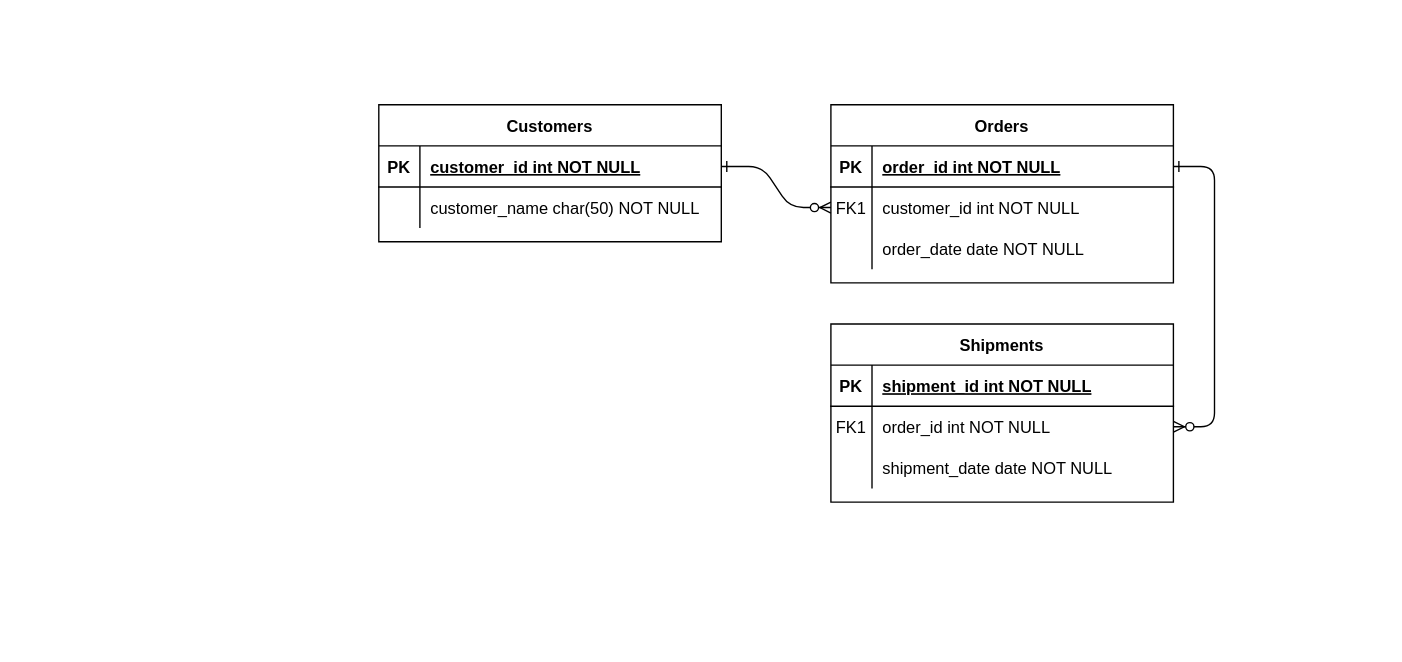
itsatothez/drawio keeps this draw.io diagram as ER1.drawio. Above is the earlier version. Source tidied: cells renumbered, new cells numbered last; positions are measured from the earlier drawing's top-left corner, leaving out a move shared by most shapes. Both pictures are drawn from the tidied source at 137%, with x=0, y=0 at pixel (378, 104).
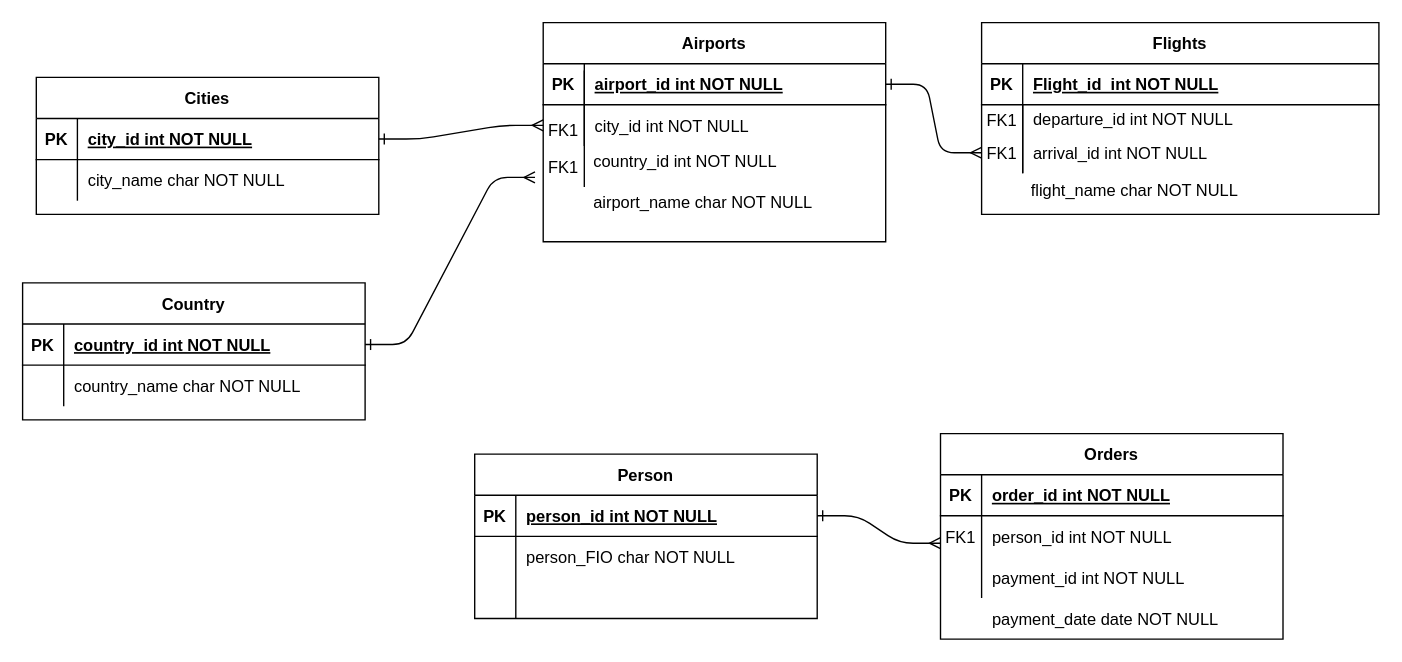
After the change.

Unchanged cells that the change refers to:
```xml
<mxCell id="15" style="shape=partialRectangle;fillColor=none;points=[[0,0.5],[1,0.5]];portConstraint=eastwest;top=0;left=0;right=0;bottom=1;" parent="14" vertex="1">
  <mxGeometry y="30" width="250" height="30" as="geometry" />
</mxCell>
<mxCell id="18" style="shape=partialRectangle;fillColor=none;points=[[0,0.5],[1,0.5]];portConstraint=eastwest;top=0;left=0;right=0;bottom=0;" parent="14" vertex="1">
  <mxGeometry y="60" width="250" height="30" as="geometry" />
</mxCell>
<mxCell id="21" style="shape=partialRectangle;fillColor=none;top=0;left=0;right=0;bottom=0;" parent="14" vertex="1">
  <mxGeometry y="90" width="250" height="30" as="geometry" />
</mxCell>
<mxCell id="25" style="shape=partialRectangle;fillColor=none;points=[[0,0.5],[1,0.5]];portConstraint=eastwest;top=0;left=0;right=0;bottom=1;" parent="24" vertex="1">
  <mxGeometry y="30" width="250" height="30" as="geometry" />
</mxCell>
<mxCell id="28" style="shape=partialRectangle;fillColor=none;top=0;left=0;right=0;bottom=0;" parent="24" vertex="1">
  <mxGeometry y="60" width="250" height="30" as="geometry" />
</mxCell>
```

The edit, as a diff of the source:
```diff
@@
-    <mxCell id="2" style="edgeStyle=entityRelationEdgeStyle;endArrow=ERzeroToMany;startArrow=ERone;endFill=1;startFill=0;" parent="1" edge="1" source="25" target="8">
+    <mxCell id="2" style="edgeStyle=entityRelationEdgeStyle;endArrow=ERmany;startArrow=ERone;endFill=0;startFill=0;exitX=1;exitY=0.5;exitDx=0;exitDy=0;entryX=0;entryY=0.5;entryDx=0;entryDy=0;" parent="1" edge="1" source="33" target="45">
       <mxGeometry relative="1" as="geometry" />
     </mxCell>
-    <mxCell id="3" style="edgeStyle=entityRelationEdgeStyle;endArrow=ERzeroToMany;startArrow=ERone;endFill=1;startFill=0;" parent="1" edge="1" source="5" target="18">
-      <mxGeometry relative="1" as="geometry" />
-    </mxCell>
-    <mxCell id="4" value="Orders" style="shape=table;startSize=30;childLayout=tableLayout;rowLines=0;fontStyle=1;align=center;" parent="1" vertex="1">
-      <mxGeometry x="330" width="250" height="130" as="geometry" />
+    <mxCell id="4" value="Flights" style="shape=table;startSize=30;childLayout=tableLayout;rowLines=0;fontStyle=1;align=center;" parent="1" vertex="1">
+      <mxGeometry x="440" y="-60" width="290" height="140" as="geometry" />
     </mxCell>
     <mxCell id="5" style="shape=partialRectangle;fillColor=none;points=[[0,0.5],[1,0.5]];portConstraint=eastwest;top=0;left=0;right=0;bottom=1;" parent="4" vertex="1">
-      <mxGeometry y="30" width="250" height="30" as="geometry" />
+      <mxGeometry y="30" width="290" height="30" as="geometry" />
     </mxCell>
@@
-    <mxCell id="7" value="order_id int NOT NULL " style="shape=partialRectangle;overflow=hidden;fillColor=none;top=0;left=0;bottom=0;right=0;align=left;spacingLeft=6;fontStyle=5;" parent="5" vertex="1">
-      <mxGeometry x="30" width="220" height="30" as="geometry" />
+    <mxCell id="7" value="Flight_id  int NOT NULL " style="shape=partialRectangle;overflow=hidden;fillColor=none;top=0;left=0;bottom=0;right=0;align=left;spacingLeft=6;fontStyle=5;" parent="5" vertex="1">
+      <mxGeometry x="30" width="260" height="30" as="geometry" />
     </mxCell>
+    <mxCell id="11" style="shape=partialRectangle;fillColor=none;top=0;left=0;right=0;bottom=0;" parent="4" vertex="1">
+      <mxGeometry y="60" width="290" height="20" as="geometry" />
+    </mxCell>
+    <mxCell id="12" style="shape=partialRectangle;overflow=hidden;fillColor=none;top=0;left=0;bottom=0;right=0;" parent="11" vertex="1">
+      <mxGeometry width="30" height="20" as="geometry" />
+    </mxCell>
+    <mxCell id="13" value="departure_id int NOT NULL" style="shape=partialRectangle;overflow=hidden;fillColor=none;top=0;left=0;bottom=0;right=0;align=left;spacingLeft=6;" parent="11" vertex="1">
+      <mxGeometry x="30" width="260" height="20" as="geometry" />
+    </mxCell>
     <mxCell id="8" style="shape=partialRectangle;fillColor=none;points=[[0,0.5],[1,0.5]];portConstraint=eastwest;top=0;left=0;right=0;bottom=0;" parent="4" vertex="1">
-      <mxGeometry y="60" width="250" height="30" as="geometry" />
+      <mxGeometry y="80" width="290" height="30" as="geometry" />
     </mxCell>
@@
-    <mxCell id="10" value="customer_id int NOT NULL" style="shape=partialRectangle;overflow=hidden;fillColor=none;top=0;left=0;bottom=0;right=0;align=left;spacingLeft=6;" parent="8" vertex="1">
-      <mxGeometry x="30" width="220" height="30" as="geometry" />
+    <mxCell id="10" value="arrival_id int NOT NULL" style="shape=partialRectangle;overflow=hidden;fillColor=none;top=0;left=0;bottom=0;right=0;align=left;spacingLeft=6;" parent="8" vertex="1">
+      <mxGeometry x="30" width="260" height="30" as="geometry" />
     </mxCell>
-    <mxCell id="11" style="shape=partialRectangle;fillColor=none;top=0;left=0;right=0;bottom=0;" parent="4" vertex="1">
-      <mxGeometry y="90" width="250" height="30" as="geometry" />
-    </mxCell>
-    <mxCell id="12" style="shape=partialRectangle;overflow=hidden;fillColor=none;top=0;left=0;bottom=0;right=0;" parent="11" vertex="1">
-      <mxGeometry width="30" height="30" as="geometry" />
-    </mxCell>
-    <mxCell id="13" value="order_date date NOT NULL" style="shape=partialRectangle;overflow=hidden;fillColor=none;top=0;left=0;bottom=0;right=0;align=left;spacingLeft=6;" parent="11" vertex="1">
-      <mxGeometry x="30" width="220" height="30" as="geometry" />
-    </mxCell>
-    <mxCell id="14" value="Shipments" style="shape=table;startSize=30;childLayout=tableLayout;rowLines=0;fontStyle=1;align=center;" parent="1" vertex="1">
-      <mxGeometry x="330" y="160" width="250" height="130" as="geometry" />
+    <mxCell id="14" value="Person" style="shape=table;startSize=30;childLayout=tableLayout;rowLines=0;fontStyle=1;align=center;" parent="1" vertex="1">
+      <mxGeometry x="70" y="255" width="250" height="120" as="geometry" />
     </mxCell>
@@
-    <mxCell id="17" value="shipment_id int NOT NULL " style="shape=partialRectangle;overflow=hidden;fillColor=none;top=0;left=0;bottom=0;right=0;align=left;spacingLeft=6;fontStyle=5;" parent="15" vertex="1">
+    <mxCell id="17" value="person_id int NOT NULL " style="shape=partialRectangle;overflow=hidden;fillColor=none;top=0;left=0;bottom=0;right=0;align=left;spacingLeft=6;fontStyle=5;" parent="15" vertex="1">
       <mxGeometry x="30" width="220" height="30" as="geometry" />
     </mxCell>
@@
-    <mxCell id="19" value="FK1" style="shape=partialRectangle;overflow=hidden;fillColor=none;top=0;left=0;bottom=0;right=0;" parent="18" vertex="1">
+    <mxCell id="19" style="shape=partialRectangle;overflow=hidden;fillColor=none;top=0;left=0;bottom=0;right=0;" parent="18" vertex="1">
       <mxGeometry width="30" height="30" as="geometry" />
     </mxCell>
-    <mxCell id="20" value="order_id int NOT NULL" style="shape=partialRectangle;overflow=hidden;fillColor=none;top=0;left=0;bottom=0;right=0;align=left;spacingLeft=6;" parent="18" vertex="1">
+    <mxCell id="20" value="person_FIO char NOT NULL" style="shape=partialRectangle;overflow=hidden;fillColor=none;top=0;left=0;bottom=0;right=0;align=left;spacingLeft=6;" parent="18" vertex="1">
       <mxGeometry x="30" width="220" height="30" as="geometry" />
     </mxCell>
@@
-    <mxCell id="23" value="shipment_date date NOT NULL" style="shape=partialRectangle;overflow=hidden;fillColor=none;top=0;left=0;bottom=0;right=0;align=left;spacingLeft=6;" parent="21" vertex="1">
+    <mxCell id="23" style="shape=partialRectangle;overflow=hidden;fillColor=none;top=0;left=0;bottom=0;right=0;align=left;spacingLeft=6;" parent="21" vertex="1">
       <mxGeometry x="30" width="220" height="30" as="geometry" />
     </mxCell>
-    <mxCell id="24" value="Customers" style="shape=table;startSize=30;childLayout=tableLayout;rowLines=0;fontStyle=1;align=center;" parent="1" vertex="1">
-      <mxGeometry width="250" height="100" as="geometry" />
+    <mxCell id="24" value="Country" style="shape=table;startSize=30;childLayout=tableLayout;rowLines=0;fontStyle=1;align=center;" parent="1" vertex="1">
+      <mxGeometry x="-260" y="130" width="250" height="100" as="geometry" />
     </mxCell>
@@
-    <mxCell id="27" value="customer_id int NOT NULL " style="shape=partialRectangle;overflow=hidden;fillColor=none;top=0;left=0;bottom=0;right=0;align=left;spacingLeft=6;fontStyle=5;" parent="25" vertex="1">
+    <mxCell id="27" value="country_id int NOT NULL " style="shape=partialRectangle;overflow=hidden;fillColor=none;top=0;left=0;bottom=0;right=0;align=left;spacingLeft=6;fontStyle=5;" parent="25" vertex="1">
       <mxGeometry x="30" width="220" height="30" as="geometry" />
     </mxCell>
@@
-    <mxCell id="30" value="customer_name char(50) NOT NULL" style="shape=partialRectangle;overflow=hidden;fillColor=none;top=0;left=0;bottom=0;right=0;align=left;spacingLeft=6;" parent="28" vertex="1">
+    <mxCell id="30" value="country_name char NOT NULL" style="shape=partialRectangle;overflow=hidden;fillColor=none;top=0;left=0;bottom=0;right=0;align=left;spacingLeft=6;" parent="28" vertex="1">
       <mxGeometry x="30" width="220" height="30" as="geometry" />
     </mxCell>
+    <mxCell id="31" value=" flight_name char NOT NULL" style="shape=partialRectangle;overflow=hidden;fillColor=none;top=0;left=0;bottom=0;right=0;align=left;spacingLeft=6;" parent="1" vertex="1">
+      <mxGeometry x="465" y="52" width="240" height="20" as="geometry" />
+    </mxCell>
+    <mxCell id="32" value="Cities" style="shape=table;startSize=30;childLayout=tableLayout;rowLines=0;fontStyle=1;align=center;" parent="1" vertex="1">
+      <mxGeometry x="-250" y="-20" width="250" height="100" as="geometry" />
+    </mxCell>
+    <mxCell id="33" style="shape=partialRectangle;fillColor=none;points=[[0,0.5],[1,0.5]];portConstraint=eastwest;top=0;left=0;right=0;bottom=1;" parent="32" vertex="1">
+      <mxGeometry y="30" width="250" height="30" as="geometry" />
+    </mxCell>
+    <mxCell id="34" value="PK" style="shape=partialRectangle;overflow=hidden;fillColor=none;top=0;left=0;bottom=0;right=0;fontStyle=1;" parent="33" vertex="1">
+      <mxGeometry width="30" height="30" as="geometry" />
+    </mxCell>
+    <mxCell id="35" value="city_id int NOT NULL " style="shape=partialRectangle;overflow=hidden;fillColor=none;top=0;left=0;bottom=0;right=0;align=left;spacingLeft=6;fontStyle=5;" parent="33" vertex="1">
+      <mxGeometry x="30" width="220" height="30" as="geometry" />
+    </mxCell>
+    <mxCell id="36" style="shape=partialRectangle;fillColor=none;top=0;left=0;right=0;bottom=0;" parent="32" vertex="1">
+      <mxGeometry y="60" width="250" height="30" as="geometry" />
+    </mxCell>
+    <mxCell id="37" style="shape=partialRectangle;overflow=hidden;fillColor=none;top=0;left=0;bottom=0;right=0;" parent="36" vertex="1">
+      <mxGeometry width="30" height="30" as="geometry" />
+    </mxCell>
+    <mxCell id="38" value="city_name char NOT NULL" style="shape=partialRectangle;overflow=hidden;fillColor=none;top=0;left=0;bottom=0;right=0;align=left;spacingLeft=6;" parent="36" vertex="1">
+      <mxGeometry x="30" width="220" height="30" as="geometry" />
+    </mxCell>
+    <mxCell id="39" style="endArrow=none;html=1;rounded=0;" parent="1" edge="1">
+      <mxGeometry relative="1" as="geometry">
+        <mxPoint x="470" y="50" as="sourcePoint" />
+        <mxPoint x="470" as="targetPoint" />
+      </mxGeometry>
+    </mxCell>
+    <mxCell id="40" style="edgeStyle=entityRelationEdgeStyle;endArrow=ERmany;startArrow=ERone;endFill=0;startFill=0;exitX=1;exitY=0.5;exitDx=0;exitDy=0;entryX=0;entryY=0.5;entryDx=0;entryDy=0;" parent="1" edge="1" source="42" target="8">
+      <mxGeometry relative="1" as="geometry" />
+    </mxCell>
+    <mxCell id="41" value="Airports" style="shape=table;startSize=30;childLayout=tableLayout;rowLines=0;fontStyle=1;align=center;" parent="1" vertex="1">
+      <mxGeometry x="120" y="-60" width="250" height="160" as="geometry" />
+    </mxCell>
+    <mxCell id="42" style="shape=partialRectangle;fillColor=none;points=[[0,0.5],[1,0.5]];portConstraint=eastwest;top=0;left=0;right=0;bottom=1;" parent="41" vertex="1">
+      <mxGeometry y="30" width="250" height="30" as="geometry" />
+    </mxCell>
+    <mxCell id="43" value="PK" style="shape=partialRectangle;overflow=hidden;fillColor=none;top=0;left=0;bottom=0;right=0;fontStyle=1;" parent="42" vertex="1">
+      <mxGeometry width="30" height="30" as="geometry" />
+    </mxCell>
+    <mxCell id="44" value="airport_id int NOT NULL " style="shape=partialRectangle;overflow=hidden;fillColor=none;top=0;left=0;bottom=0;right=0;align=left;spacingLeft=6;fontStyle=5;" parent="42" vertex="1">
+      <mxGeometry x="30" width="220" height="30" as="geometry" />
+    </mxCell>
+    <mxCell id="45" style="shape=partialRectangle;fillColor=none;points=[[0,0.5],[1,0.5]];portConstraint=eastwest;top=0;left=0;right=0;bottom=0;" parent="41" vertex="1">
+      <mxGeometry y="60" width="250" height="30" as="geometry" />
+    </mxCell>
+    <mxCell id="46" style="shape=partialRectangle;overflow=hidden;fillColor=none;top=0;left=0;bottom=0;right=0;" parent="45" vertex="1">
+      <mxGeometry width="30" height="30" as="geometry" />
+    </mxCell>
+    <mxCell id="47" value="city_id int NOT NULL" style="shape=partialRectangle;overflow=hidden;fillColor=none;top=0;left=0;bottom=0;right=0;align=left;spacingLeft=6;" parent="45" vertex="1">
+      <mxGeometry x="30" width="220" height="30" as="geometry" />
+    </mxCell>
+    <mxCell id="48" style="shape=partialRectangle;fillColor=none;top=0;left=0;right=0;bottom=0;" parent="1" vertex="1">
+      <mxGeometry x="20" y="56" width="250" height="30" as="geometry" />
+    </mxCell>
+    <mxCell id="49" style="shape=partialRectangle;overflow=hidden;fillColor=none;top=0;left=0;bottom=0;right=0;" parent="48" vertex="1">
+      <mxGeometry width="30" height="30" as="geometry" />
+    </mxCell>
+    <mxCell id="50" value="airport_name char NOT NULL" style="shape=partialRectangle;overflow=hidden;fillColor=none;top=0;left=0;bottom=0;right=0;align=left;spacingLeft=6;" parent="48" vertex="1">
+      <mxGeometry x="129" width="220" height="30" as="geometry" />
+    </mxCell>
+    <mxCell id="51" style="shape=partialRectangle;fillColor=none;points=[[0,0.5],[1,0.5]];portConstraint=eastwest;top=0;left=0;right=0;bottom=0;" parent="1" vertex="1">
+      <mxGeometry x="20" y="26" width="250" height="30" as="geometry" />
+    </mxCell>
+    <mxCell id="52" style="shape=partialRectangle;overflow=hidden;fillColor=none;top=0;left=0;bottom=0;right=0;" parent="51" vertex="1">
+      <mxGeometry width="30" height="30" as="geometry" />
+    </mxCell>
+    <mxCell id="53" value="country_id int NOT NULL" style="shape=partialRectangle;overflow=hidden;fillColor=none;top=0;left=0;bottom=0;right=0;align=left;spacingLeft=6;" parent="51" vertex="1">
+      <mxGeometry x="129" width="220" height="30" as="geometry" />
+    </mxCell>
+    <mxCell id="54" style="edgeStyle=entityRelationEdgeStyle;endArrow=ERmany;startArrow=ERone;endFill=0;startFill=0;exitX=1;exitY=0.5;exitDx=0;exitDy=0;entryX=0.376;entryY=0.9;entryDx=0;entryDy=0;entryPerimeter=0;" parent="1" edge="1" source="25" target="51">
+      <mxGeometry relative="1" as="geometry" />
+    </mxCell>
+    <mxCell id="55" value="FK1" style="shape=partialRectangle;overflow=hidden;fillColor=none;top=0;left=0;bottom=0;right=0;" parent="1" vertex="1">
+      <mxGeometry x="120" y="3" width="30" height="30" as="geometry" />
+    </mxCell>
+    <mxCell id="56" value="Orders" style="shape=table;startSize=30;childLayout=tableLayout;rowLines=0;fontStyle=1;align=center;" parent="1" vertex="1">
+      <mxGeometry x="410" y="240" width="250" height="150" as="geometry" />
+    </mxCell>
+    <mxCell id="57" style="shape=partialRectangle;fillColor=none;top=0;left=0;right=0;bottom=1;" parent="56" vertex="1">
+      <mxGeometry y="30" width="250" height="30" as="geometry" />
+    </mxCell>
+    <mxCell id="58" value="PK" style="shape=partialRectangle;overflow=hidden;fillColor=none;top=0;left=0;bottom=0;right=0;fontStyle=1;" parent="57" vertex="1">
+      <mxGeometry width="30" height="30" as="geometry" />
+    </mxCell>
+    <mxCell id="59" value="order_id int NOT NULL " style="shape=partialRectangle;overflow=hidden;fillColor=none;top=0;left=0;bottom=0;right=0;align=left;spacingLeft=6;fontStyle=5;" parent="57" vertex="1">
+      <mxGeometry x="30" width="220" height="30" as="geometry" />
+    </mxCell>
+    <mxCell id="60" style="shape=partialRectangle;fillColor=none;top=0;left=0;right=0;bottom=0;" parent="56" vertex="1">
+      <mxGeometry y="60" width="250" height="30" as="geometry" />
+    </mxCell>
+    <mxCell id="61" style="shape=partialRectangle;overflow=hidden;fillColor=none;top=0;left=0;bottom=0;right=0;" parent="60" vertex="1">
+      <mxGeometry width="30" height="30" as="geometry" />
+    </mxCell>
+    <mxCell id="62" value="person_id int NOT NULL" style="shape=partialRectangle;overflow=hidden;fillColor=none;top=0;left=0;bottom=0;right=0;align=left;spacingLeft=6;" parent="60" vertex="1">
+      <mxGeometry x="30" width="220" height="30" as="geometry" />
+    </mxCell>
+    <mxCell id="63" style="shape=partialRectangle;fillColor=none;top=0;left=0;right=0;bottom=0;" parent="56" vertex="1">
+      <mxGeometry y="90" width="250" height="30" as="geometry" />
+    </mxCell>
+    <mxCell id="64" style="shape=partialRectangle;overflow=hidden;fillColor=none;top=0;left=0;bottom=0;right=0;" parent="63" vertex="1">
+      <mxGeometry width="30" height="30" as="geometry" />
+    </mxCell>
+    <mxCell id="65" style="shape=partialRectangle;overflow=hidden;fillColor=none;top=0;left=0;bottom=0;right=0;align=left;spacingLeft=6;" parent="63" vertex="1">
+      <mxGeometry x="30" width="220" height="30" as="geometry" />
+    </mxCell>
+    <mxCell id="66" value="payment_id int NOT NULL" style="shape=partialRectangle;overflow=hidden;fillColor=none;top=0;left=0;bottom=0;right=0;align=left;spacingLeft=6;" parent="1" vertex="1">
+      <mxGeometry x="440" y="330" width="220" height="30" as="geometry" />
+    </mxCell>
+    <mxCell id="67" style="edgeStyle=entityRelationEdgeStyle;endArrow=ERmany;startArrow=ERone;endFill=0;startFill=0;exitX=1;exitY=0.5;exitDx=0;exitDy=0;" parent="1" edge="1" source="15">
+      <mxGeometry relative="1" as="geometry">
+        <mxPoint x="410" y="320" as="targetPoint" />
+      </mxGeometry>
+    </mxCell>
+    <mxCell id="68" value="FK1" style="shape=partialRectangle;overflow=hidden;fillColor=none;top=0;left=0;bottom=0;right=0;" parent="1" vertex="1">
+      <mxGeometry x="410" y="300" width="30" height="30" as="geometry" />
+    </mxCell>
+    <mxCell id="69" value="payment_date date NOT NULL" style="shape=partialRectangle;overflow=hidden;fillColor=none;top=0;left=0;bottom=0;right=0;align=left;spacingLeft=6;" parent="1" vertex="1">
+      <mxGeometry x="440" y="360" width="220" height="30" as="geometry" />
+    </mxCell>
+    <mxCell id="70" value="FK1" style="shape=partialRectangle;overflow=hidden;fillColor=none;top=0;left=0;bottom=0;right=0;" parent="1" vertex="1">
+      <mxGeometry x="120" y="30" width="30" height="30" as="geometry" />
+    </mxCell>
+    <mxCell id="71" value="FK1" style="shape=partialRectangle;overflow=hidden;fillColor=none;top=0;left=0;bottom=0;right=0;" parent="1" vertex="1">
+      <mxGeometry x="440" y="-4" width="30" height="30" as="geometry" />
+    </mxCell>
+    <mxCell id="72" style="endArrow=none;html=1;rounded=0;entryX=0.12;entryY=0.167;entryDx=0;entryDy=0;entryPerimeter=0;" parent="1" edge="1" target="42">
+      <mxGeometry relative="1" as="geometry">
+        <mxPoint x="150" y="60" as="sourcePoint" />
+      </mxGeometry>
+    </mxCell>
```
